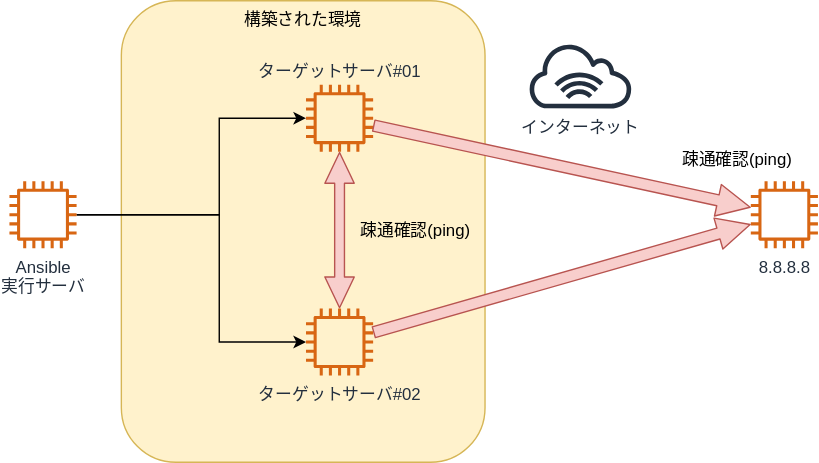
Earlier version of the draw.io export lesson/04_retrospective/img/ping.drawio.svg (infra-handson/ansible-training). Source tidied: cells renumbered, new cells last; positions are measured from the earlier drawing's top-left corner, leaving out a move shared by most shapes. Its diagram source:
```xml
<mxGraphModel>
  <root>
    <mxCell id="0" />
    <mxCell id="1" parent="0" />
    <mxCell id="2" value="構築された環境" style="rounded=1;whiteSpace=wrap;html=1;fillColor=#fff2cc;strokeColor=#d6b656;verticalAlign=top;" parent="1" vertex="1">
      <mxGeometry x="80" width="260" height="330" as="geometry" />
    </mxCell>
    <mxCell id="3" value="ターゲットサーバ#01" style="outlineConnect=0;fontColor=#232F3E;gradientColor=none;fillColor=#D86613;strokeColor=none;dashed=0;verticalLabelPosition=top;verticalAlign=bottom;align=center;html=1;fontSize=12;fontStyle=0;shape=mxgraph.aws4.instance2;labelPosition=center;" parent="2" vertex="1">
      <mxGeometry x="132" y="60" width="48" height="48" as="geometry" />
    </mxCell>
    <mxCell id="4" value="疎通確認(ping)" style="text;html=1;align=center;verticalAlign=middle;strokeColor=none;fillColor=none;" parent="2" vertex="1">
      <mxGeometry x="160" y="150" width="100" height="30" as="geometry" />
    </mxCell>
    <mxCell id="5" style="edgeStyle=orthogonalEdgeStyle;rounded=0;jettySize=auto;html=1;" parent="1" edge="1" source="7" target="8">
      <mxGeometry relative="1" as="geometry">
        <Array as="points">
          <mxPoint x="150" y="153" />
          <mxPoint x="150" y="244" />
        </Array>
      </mxGeometry>
    </mxCell>
    <mxCell id="6" style="edgeStyle=orthogonalEdgeStyle;rounded=0;jettySize=auto;html=1;" parent="1" edge="1" source="7" target="3">
      <mxGeometry relative="1" as="geometry">
        <Array as="points">
          <mxPoint x="150" y="153" />
          <mxPoint x="150" y="84" />
        </Array>
      </mxGeometry>
    </mxCell>
    <mxCell id="7" value="Ansible&lt;br&gt;実行サーバ" style="outlineConnect=0;fontColor=#232F3E;gradientColor=none;fillColor=#D86613;strokeColor=none;dashed=0;verticalLabelPosition=bottom;verticalAlign=top;align=center;html=1;fontSize=12;fontStyle=0;shape=mxgraph.aws4.instance2;" parent="1" vertex="1">
      <mxGeometry y="129" width="48" height="48" as="geometry" />
    </mxCell>
    <mxCell id="8" value="ターゲットサーバ#02" style="outlineConnect=0;fontColor=#232F3E;gradientColor=none;fillColor=#D86613;strokeColor=none;dashed=0;verticalLabelPosition=bottom;verticalAlign=top;align=center;html=1;fontSize=12;fontStyle=0;shape=mxgraph.aws4.instance2;" parent="1" vertex="1">
      <mxGeometry x="212" y="220" width="48" height="48" as="geometry" />
    </mxCell>
    <mxCell id="9" style="shape=flexArrow;endArrow=classic;startArrow=classic;html=1;width=7;startSize=7;endWidth=13;endSize=7;startWidth=13;fillColor=#f8cecc;strokeColor=#b85450;" parent="1" edge="1" source="8" target="3">
      <mxGeometry relative="1" as="geometry" />
    </mxCell>
    <mxCell id="10" style="shape=flexArrow;endArrow=classic;html=1;fillColor=#f8cecc;strokeColor=#b85450;width=8;endSize=7.52;endWidth=14;" parent="1" edge="1" source="3" target="11">
      <mxGeometry relative="1" as="geometry" />
    </mxCell>
    <mxCell id="11" value="8.8.8.8" style="outlineConnect=0;fontColor=#232F3E;gradientColor=none;fillColor=#D86613;strokeColor=none;dashed=0;verticalLabelPosition=bottom;verticalAlign=top;align=center;html=1;fontSize=12;fontStyle=0;shape=mxgraph.aws4.instance2;" parent="1" vertex="1">
      <mxGeometry x="530" y="129" width="48" height="48" as="geometry" />
    </mxCell>
    <mxCell id="12" value="インターネット" style="fontColor=#232F3E;gradientColor=none;fillColor=#232F3E;strokeColor=none;dashed=0;verticalLabelPosition=bottom;verticalAlign=top;align=center;html=1;fontSize=12;fontStyle=0;shape=mxgraph.aws4.internet_alt1;" parent="1" vertex="1">
      <mxGeometry x="370" y="30" width="76.4" height="47" as="geometry" />
    </mxCell>
    <mxCell id="13" style="shape=flexArrow;endArrow=classic;html=1;fillColor=#f8cecc;strokeColor=#b85450;width=8;endSize=7.52;endWidth=14;" parent="1" edge="1" source="8" target="11">
      <mxGeometry relative="1" as="geometry" />
    </mxCell>
    <mxCell id="14" value="疎通確認(ping)" style="text;html=1;align=center;verticalAlign=middle;strokeColor=none;fillColor=none;" parent="1" vertex="1">
      <mxGeometry x="470" y="99" width="100" height="30" as="geometry" />
    </mxCell>
  </root>
</mxGraphModel>
```
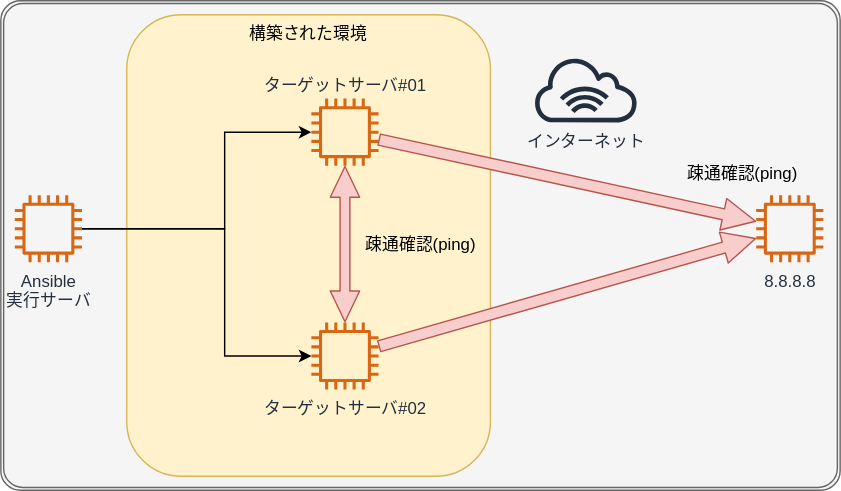
The same file after the commit.

Diff of the diagram source:
```diff
@@ -2,6 +2,9 @@
   <root>
     <mxCell id="0" />
     <mxCell id="1" parent="0" />
+    <mxCell id="15" style="shape=ext;double=1;rounded=1;whiteSpace=wrap;html=1;fillColor=#f5f5f5;fontColor=#333333;strokeColor=#666666;arcSize=4;" parent="1" vertex="1">
+      <mxGeometry x="-10" y="-10" width="600" height="350" as="geometry" />
+    </mxCell>
     <mxCell id="2" value="構築された環境" style="rounded=1;whiteSpace=wrap;html=1;fillColor=#fff2cc;strokeColor=#d6b656;verticalAlign=top;" parent="1" vertex="1">
       <mxGeometry x="80" width="260" height="330" as="geometry" />
     </mxCell>
```
